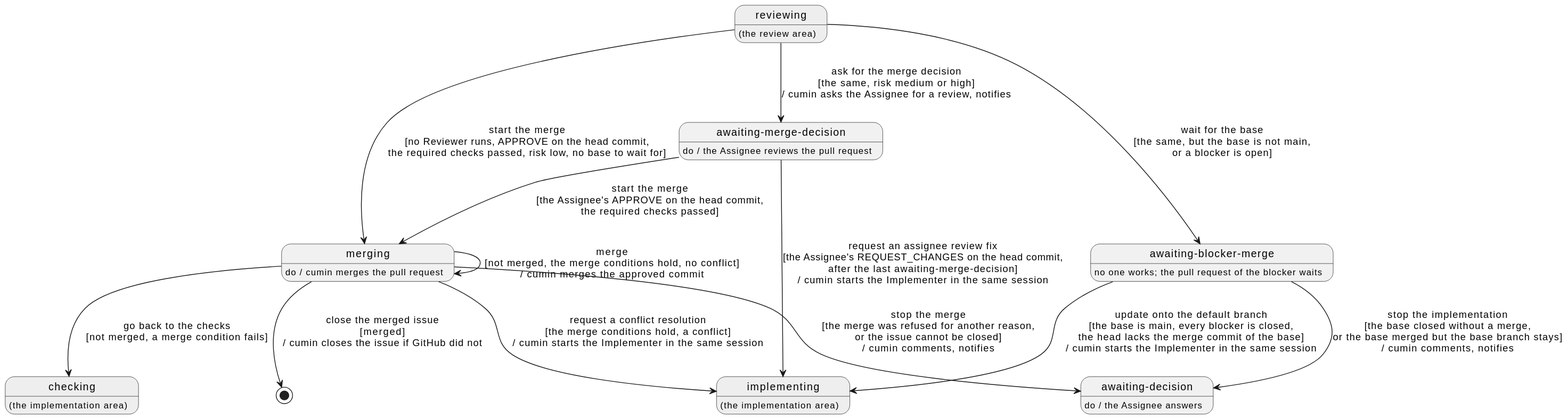
Earlier version of the PlantUML export docs/ja/requirements/merge/overview.svg (cloveclovedev/cumin-works).
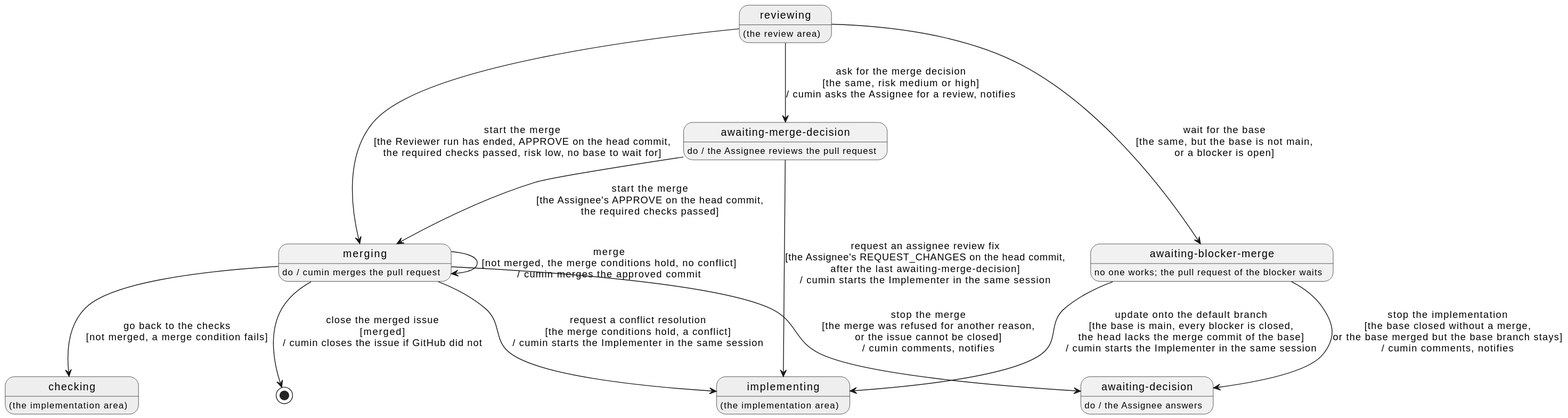
After the change.

Change to the diagram source:
```diff
@@ -23,7 +23,7 @@
 state "awaiting-decision" as Decision
 Decision : do / the Assignee answers
 
-Reviewing --> Merging : start the merge\n[no Reviewer runs, APPROVE on the head commit,\nthe required checks passed, risk low, no base to wait for]
+Reviewing --> Merging : start the merge\n[the Reviewer run has ended, APPROVE on the head commit,\nthe required checks passed, risk low, no base to wait for]
 Reviewing --> MergeDecision : ask for the merge decision\n[the same, risk medium or high]\n/ cumin asks the Assignee for a review, notifies
 MergeDecision --> Merging : start the merge\n[the Assignee's APPROVE on the head commit,\nthe required checks passed]
 MergeDecision --> Implementing : request an assignee review fix\n[the Assignee's REQUEST_CHANGES on the head commit,\nafter the last awaiting-merge-decision]\n/ cumin starts the Implementer in the same session
```
